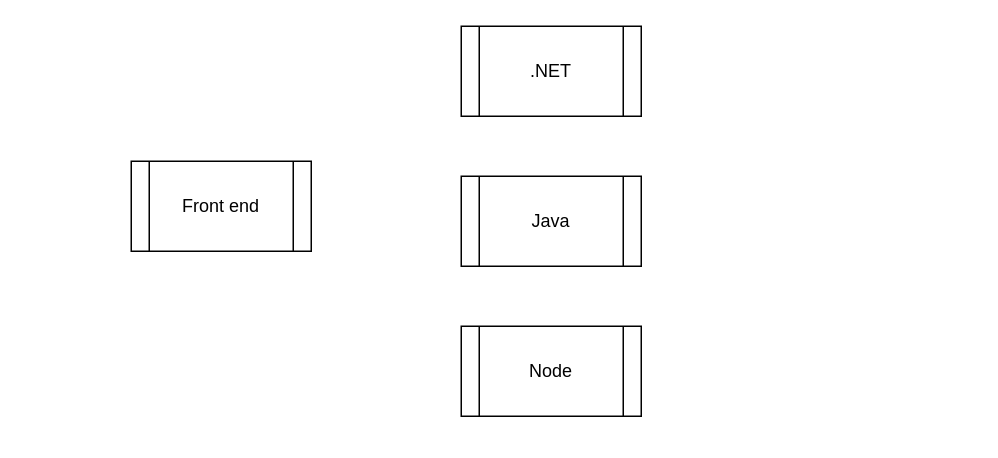
The draw.io diagram Untitled Diagram.drawio in VJVemuri/diagrams, before the edit. Source tidied: cells renumbered, new cells numbered last; positions are measured from the earlier drawing's top-left corner, leaving out a move shared by most shapes. Both pictures are drawn from the tidied source at 150%, with x=0, y=0 at pixel (130, 26).
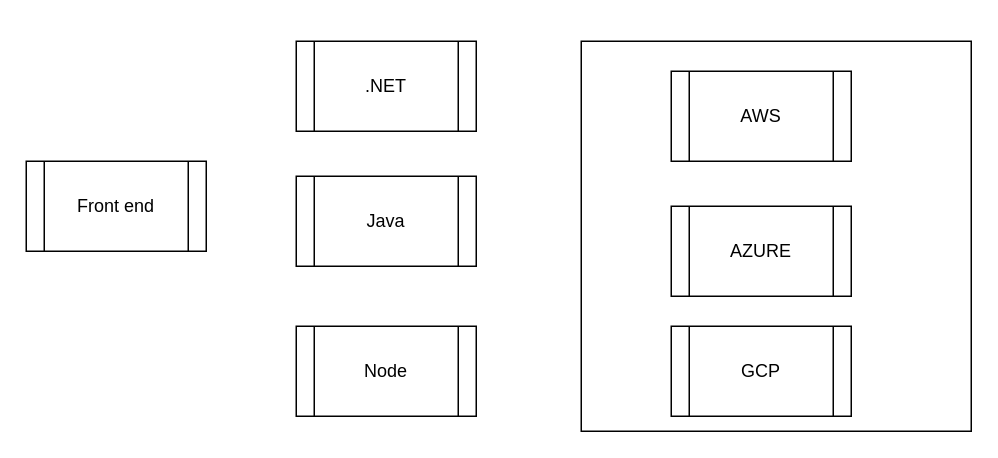
Above is the later version.

The edit, as a diff of the source:
```diff
@@
 <mxGraphModel>
   <root>
     <mxCell id="0" />
     <mxCell id="1" parent="0" />
     <mxCell id="2" value="Front end" style="shape=process;whiteSpace=wrap;html=1;backgroundOutline=1;" parent="1" vertex="1">
-      <mxGeometry y="90" width="120" height="60" as="geometry" />
+      <mxGeometry x="-70" y="90" width="120" height="60" as="geometry" />
     </mxCell>
     <mxCell id="3" value=".NET" style="shape=process;whiteSpace=wrap;html=1;backgroundOutline=1;" parent="1" vertex="1">
-      <mxGeometry x="220" width="120" height="60" as="geometry" />
+      <mxGeometry x="110" y="10" width="120" height="60" as="geometry" />
     </mxCell>
     <mxCell id="4" value="Java" style="shape=process;whiteSpace=wrap;html=1;backgroundOutline=1;" parent="1" vertex="1">
-      <mxGeometry x="220" y="100" width="120" height="60" as="geometry" />
+      <mxGeometry x="110" y="100" width="120" height="60" as="geometry" />
     </mxCell>
     <mxCell id="5" value="Node" style="shape=process;whiteSpace=wrap;html=1;backgroundOutline=1;" parent="1" vertex="1">
-      <mxGeometry x="220" y="200" width="120" height="60" as="geometry" />
+      <mxGeometry x="110" y="200" width="120" height="60" as="geometry" />
     </mxCell>
+    <mxCell id="6" style="whiteSpace=wrap;html=1;" parent="1" vertex="1">
+      <mxGeometry x="300" y="10" width="260" height="260" as="geometry" />
+    </mxCell>
+    <mxCell id="7" value="AWS" style="shape=process;whiteSpace=wrap;html=1;backgroundOutline=1;" parent="1" vertex="1">
+      <mxGeometry x="360" y="30" width="120" height="60" as="geometry" />
+    </mxCell>
+    <mxCell id="8" value="AZURE" style="shape=process;whiteSpace=wrap;html=1;backgroundOutline=1;" parent="1" vertex="1">
+      <mxGeometry x="360" y="120" width="120" height="60" as="geometry" />
+    </mxCell>
+    <mxCell id="9" value="GCP" style="shape=process;whiteSpace=wrap;html=1;backgroundOutline=1;" parent="1" vertex="1">
+      <mxGeometry x="360" y="200" width="120" height="60" as="geometry" />
+    </mxCell>
   </root>
 </mxGraphModel>
```
